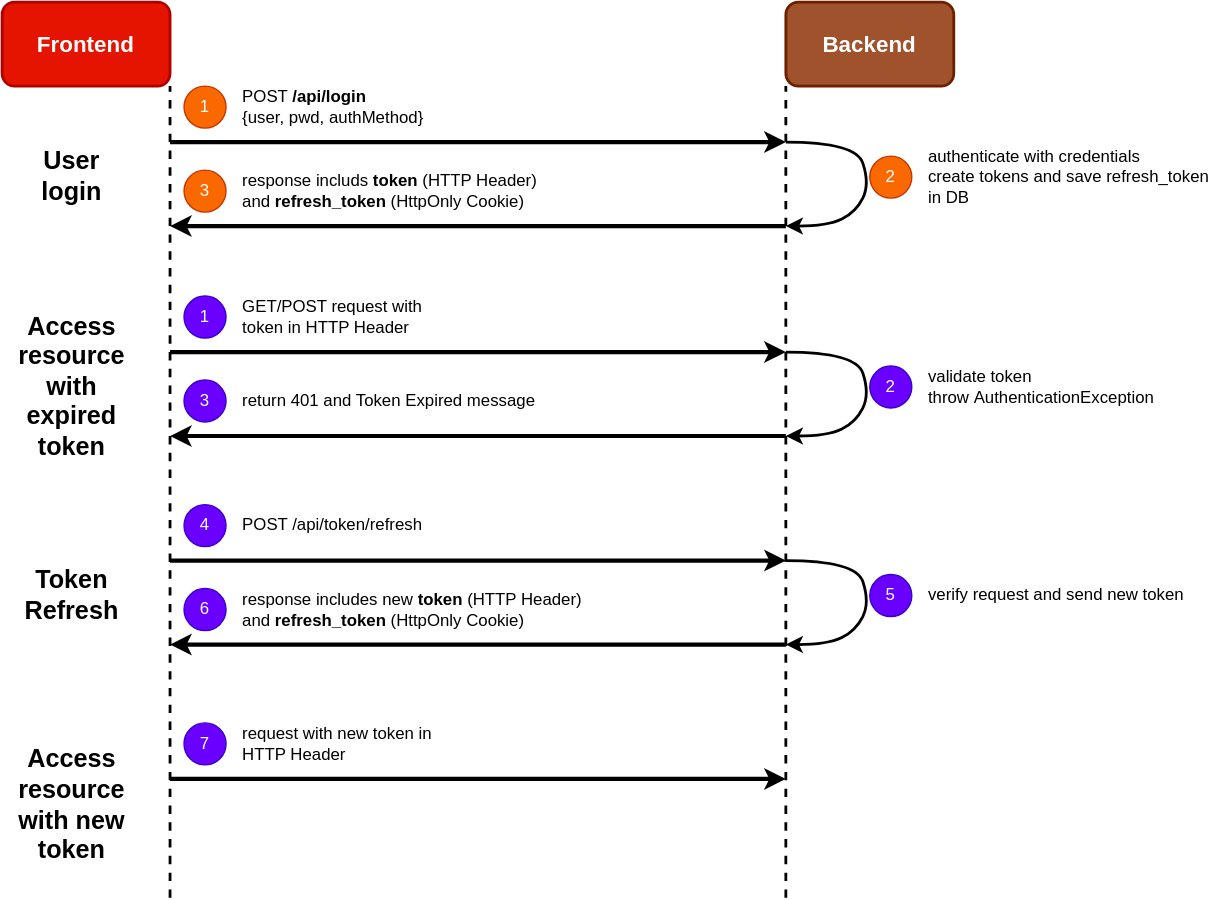
Before: JWT.drawio.svg, a diagram exported from draw.io (oasics/JWT). Source tidied: cells renumbered, new cells last; positions are measured from the earlier drawing's top-left corner, leaving out a move shared by most shapes.
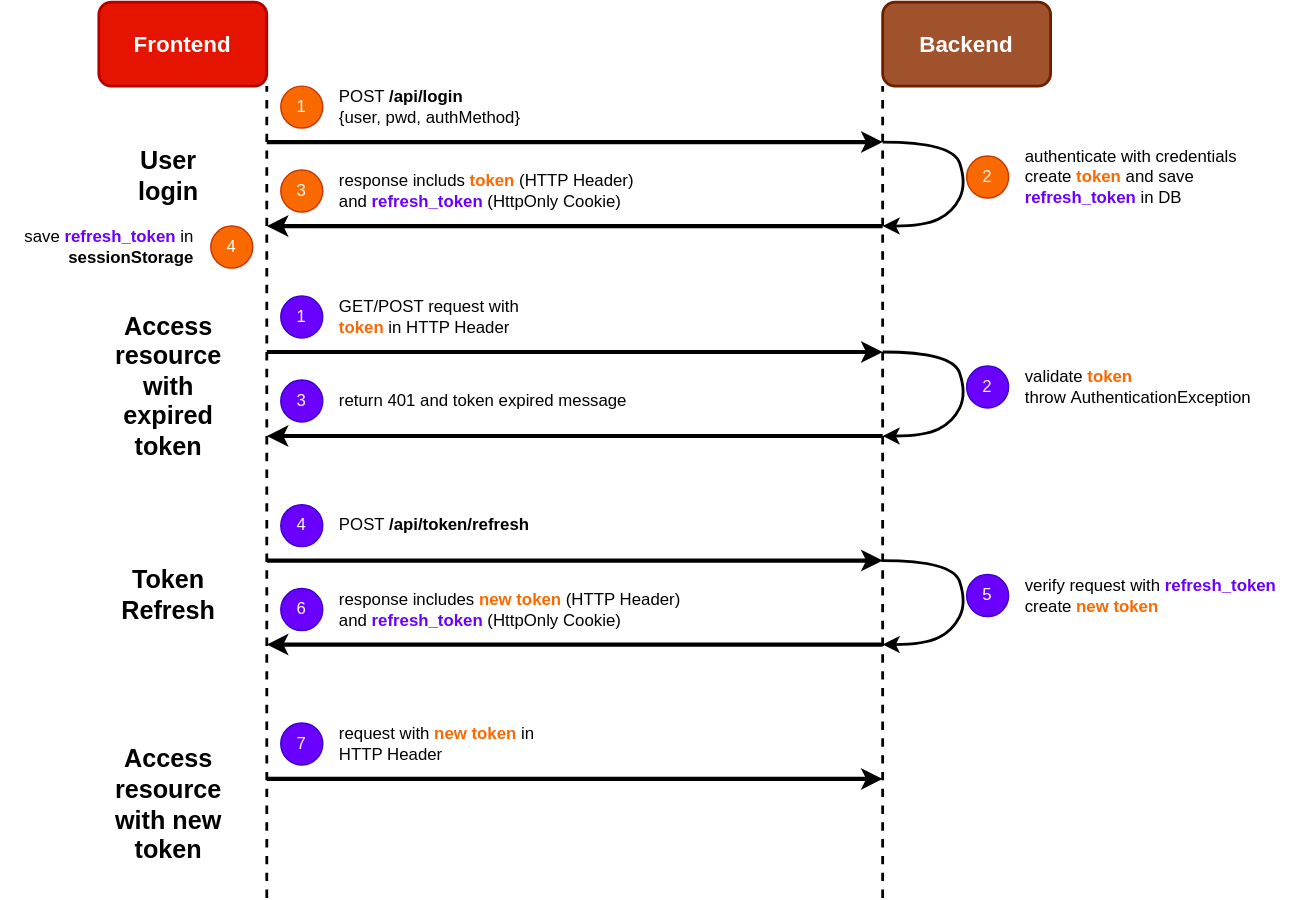
After the commit.

Diff of the diagram source:
```diff
@@ -40,7 +40,7 @@
     <mxCell id="10" value="&lt;font color=&quot;#ffffff&quot;&gt;3&lt;/font&gt;" style="ellipse;whiteSpace=wrap;html=1;fillColor=#fa6800;fontColor=#000000;strokeColor=#C73500;" parent="1" vertex="1">
       <mxGeometry x="130" y="120" width="30" height="30" as="geometry" />
     </mxCell>
-    <mxCell id="11" value="response includs&amp;nbsp;&lt;b&gt;token&lt;/b&gt; (HTTP Header) and &lt;b&gt;refresh_token&lt;/b&gt; (HttpOnly Cookie)" style="text;html=1;align=left;verticalAlign=middle;whiteSpace=wrap;rounded=0;" parent="1" vertex="1">
+    <mxCell id="11" value="response includs&amp;nbsp;&lt;b&gt;&lt;font color=&quot;#fa6800&quot;&gt;token&lt;/font&gt;&lt;/b&gt; (HTTP Header) and &lt;b&gt;&lt;font color=&quot;#6a00ff&quot;&gt;refresh_token&lt;/font&gt;&lt;/b&gt; (HttpOnly Cookie)" style="text;html=1;align=left;verticalAlign=middle;whiteSpace=wrap;rounded=0;" parent="1" vertex="1">
       <mxGeometry x="170" y="110" width="220" height="50" as="geometry" />
     </mxCell>
     <mxCell id="12" style="curved=1;endArrow=none;html=1;rounded=0;strokeWidth=2;endFill=0;startArrow=classic;startFill=1;" parent="1" edge="1">
@@ -58,8 +58,8 @@
     <mxCell id="13" value="&lt;font color=&quot;#ffffff&quot;&gt;2&lt;/font&gt;" style="ellipse;whiteSpace=wrap;html=1;fillColor=#fa6800;fontColor=#000000;strokeColor=#C73500;" parent="1" vertex="1">
       <mxGeometry x="620" y="110" width="30" height="30" as="geometry" />
     </mxCell>
-    <mxCell id="14" value="authenticate with credentials&lt;div&gt;create tokens and save refresh_token in DB&lt;/div&gt;" style="text;html=1;align=left;verticalAlign=middle;whiteSpace=wrap;rounded=0;" parent="1" vertex="1">
-      <mxGeometry x="660" y="100" width="210" height="50" as="geometry" />
+    <mxCell id="14" value="authenticate with credentials&lt;div&gt;create &lt;font color=&quot;#fa6800&quot;&gt;&lt;b&gt;token&lt;/b&gt;&lt;/font&gt; and save &lt;b&gt;&lt;font color=&quot;#6a00ff&quot;&gt;refresh_token&lt;/font&gt;&lt;/b&gt; in DB&lt;/div&gt;" style="text;html=1;align=left;verticalAlign=middle;whiteSpace=wrap;rounded=0;" parent="1" vertex="1">
+      <mxGeometry x="660" y="100" width="200" height="50" as="geometry" />
     </mxCell>
     <mxCell id="15" value="&lt;font style=&quot;font-size: 18px;&quot;&gt;&lt;b&gt;User login&lt;/b&gt;&lt;/font&gt;" style="text;html=1;align=center;verticalAlign=middle;whiteSpace=wrap;rounded=0;" parent="1" vertex="1">
       <mxGeometry x="20" y="110" width="60" height="30" as="geometry" />
@@ -76,7 +76,7 @@
     <mxCell id="18" value="&lt;font color=&quot;#ffffff&quot;&gt;1&lt;/font&gt;" style="ellipse;whiteSpace=wrap;html=1;fillColor=#6a00ff;strokeColor=#3700CC;fontColor=#ffffff;" parent="1" vertex="1">
       <mxGeometry x="130" y="210" width="30" height="30" as="geometry" />
     </mxCell>
-    <mxCell id="19" value="GET/POST request with token in HTTP Header" style="text;html=1;align=left;verticalAlign=middle;whiteSpace=wrap;rounded=0;" parent="1" vertex="1">
+    <mxCell id="19" value="GET/POST request with &lt;font color=&quot;#fa6800&quot;&gt;&lt;b&gt;token&lt;/b&gt;&lt;/font&gt; in HTTP Header" style="text;html=1;align=left;verticalAlign=middle;whiteSpace=wrap;rounded=0;" parent="1" vertex="1">
       <mxGeometry x="170" y="200" width="150" height="50" as="geometry" />
     </mxCell>
     <mxCell id="20" style="curved=1;endArrow=none;html=1;rounded=0;strokeWidth=2;endFill=0;startArrow=classic;startFill=1;" parent="1" edge="1">
@@ -100,13 +100,13 @@
     <mxCell id="22" value="&lt;font color=&quot;#ffffff&quot;&gt;3&lt;/font&gt;" style="ellipse;whiteSpace=wrap;html=1;fillColor=#6a00ff;fontColor=#ffffff;strokeColor=#3700CC;" parent="1" vertex="1">
       <mxGeometry x="130" y="270" width="30" height="30" as="geometry" />
     </mxCell>
-    <mxCell id="23" value="return 401 and Token Expired message" style="text;html=1;align=left;verticalAlign=middle;whiteSpace=wrap;rounded=0;" parent="1" vertex="1">
+    <mxCell id="23" value="return 401 and token expired message" style="text;html=1;align=left;verticalAlign=middle;whiteSpace=wrap;rounded=0;" parent="1" vertex="1">
       <mxGeometry x="170" y="260" width="220" height="50" as="geometry" />
     </mxCell>
     <mxCell id="24" value="&lt;font color=&quot;#ffffff&quot;&gt;2&lt;/font&gt;" style="ellipse;whiteSpace=wrap;html=1;fillColor=#6a00ff;fontColor=#ffffff;strokeColor=#3700CC;" parent="1" vertex="1">
       <mxGeometry x="620" y="260" width="30" height="30" as="geometry" />
     </mxCell>
-    <mxCell id="25" value="validate token&lt;div&gt;throw&amp;nbsp;AuthenticationException&lt;/div&gt;" style="text;html=1;align=left;verticalAlign=middle;whiteSpace=wrap;rounded=0;" parent="1" vertex="1">
+    <mxCell id="25" value="validate &lt;b&gt;&lt;font color=&quot;#fa6800&quot;&gt;token&lt;/font&gt;&lt;/b&gt;&lt;div&gt;throw&amp;nbsp;AuthenticationException&lt;/div&gt;" style="text;html=1;align=left;verticalAlign=middle;whiteSpace=wrap;rounded=0;" parent="1" vertex="1">
       <mxGeometry x="660" y="250" width="210" height="50" as="geometry" />
     </mxCell>
     <mxCell id="26" value="&lt;font style=&quot;font-size: 18px;&quot;&gt;&lt;b&gt;Token Refresh&lt;/b&gt;&lt;/font&gt;" style="text;html=1;align=center;verticalAlign=middle;whiteSpace=wrap;rounded=0;" parent="1" vertex="1">
@@ -121,7 +121,7 @@
     <mxCell id="28" value="&lt;font color=&quot;#ffffff&quot;&gt;4&lt;/font&gt;" style="ellipse;whiteSpace=wrap;html=1;fillColor=#6a00ff;strokeColor=#3700CC;fontColor=#ffffff;" parent="1" vertex="1">
       <mxGeometry x="130" y="359" width="30" height="30" as="geometry" />
     </mxCell>
-    <mxCell id="29" value="POST /api/token/refresh" style="text;html=1;align=left;verticalAlign=middle;whiteSpace=wrap;rounded=0;" parent="1" vertex="1">
+    <mxCell id="29" value="POST &lt;b&gt;/api/token/refresh&lt;/b&gt;" style="text;html=1;align=left;verticalAlign=middle;whiteSpace=wrap;rounded=0;" parent="1" vertex="1">
       <mxGeometry x="170" y="349" width="150" height="50" as="geometry" />
     </mxCell>
     <mxCell id="30" style="curved=1;endArrow=none;html=1;rounded=0;strokeWidth=2;endFill=0;startArrow=classic;startFill=1;" parent="1" edge="1">
@@ -139,13 +139,13 @@
     <mxCell id="31" value="&lt;font color=&quot;#ffffff&quot;&gt;6&lt;/font&gt;" style="ellipse;whiteSpace=wrap;html=1;fillColor=#6a00ff;fontColor=#ffffff;strokeColor=#3700CC;" parent="1" vertex="1">
       <mxGeometry x="130" y="419" width="30" height="30" as="geometry" />
     </mxCell>
-    <mxCell id="32" value="response includes new&amp;nbsp;&lt;b&gt;token&lt;/b&gt;&amp;nbsp;(HTTP Header) and&amp;nbsp;&lt;b&gt;refresh_token&lt;/b&gt;&amp;nbsp;(HttpOnly Cookie)" style="text;html=1;align=left;verticalAlign=middle;whiteSpace=wrap;rounded=0;" parent="1" vertex="1">
+    <mxCell id="32" value="response includes &lt;font color=&quot;#fa6800&quot;&gt;&lt;b style=&quot;&quot;&gt;new&lt;/b&gt;&amp;nbsp;&lt;b style=&quot;&quot;&gt;token&lt;/b&gt;&lt;/font&gt;&amp;nbsp;(HTTP Header) and&amp;nbsp;&lt;b&gt;&lt;font color=&quot;#6a00ff&quot;&gt;refresh_token&lt;/font&gt;&lt;/b&gt;&amp;nbsp;(HttpOnly Cookie)" style="text;html=1;align=left;verticalAlign=middle;whiteSpace=wrap;rounded=0;" parent="1" vertex="1">
       <mxGeometry x="170" y="409" width="250" height="50" as="geometry" />
     </mxCell>
     <mxCell id="33" value="&lt;font color=&quot;#ffffff&quot;&gt;5&lt;/font&gt;" style="ellipse;whiteSpace=wrap;html=1;fillColor=#6a00ff;fontColor=#ffffff;strokeColor=#3700CC;" parent="1" vertex="1">
       <mxGeometry x="620" y="409" width="30" height="30" as="geometry" />
     </mxCell>
-    <mxCell id="34" value="verify request and send new token" style="text;html=1;align=left;verticalAlign=middle;whiteSpace=wrap;rounded=0;" parent="1" vertex="1">
+    <mxCell id="34" value="verify request with &lt;font color=&quot;#6a00ff&quot;&gt;&lt;b&gt;refresh_token&lt;/b&gt;&lt;/font&gt; create&amp;nbsp;&lt;b style=&quot;&quot;&gt;&lt;font color=&quot;#fa6800&quot;&gt;new token&lt;/font&gt;&lt;/b&gt;" style="text;html=1;align=left;verticalAlign=middle;whiteSpace=wrap;rounded=0;" parent="1" vertex="1">
       <mxGeometry x="660" y="399" width="210" height="50" as="geometry" />
     </mxCell>
     <mxCell id="35" style="endArrow=classic;html=1;rounded=0;strokeWidth=3;" parent="1" edge="1">
@@ -166,8 +166,14 @@
     <mxCell id="38" value="&lt;font color=&quot;#ffffff&quot;&gt;7&lt;/font&gt;" style="ellipse;whiteSpace=wrap;html=1;fillColor=#6a00ff;strokeColor=#3700CC;fontColor=#ffffff;" parent="1" vertex="1">
       <mxGeometry x="130" y="515" width="30" height="30" as="geometry" />
     </mxCell>
-    <mxCell id="39" value="request with new token in HTTP Header" style="text;html=1;align=left;verticalAlign=middle;whiteSpace=wrap;rounded=0;" parent="1" vertex="1">
+    <mxCell id="39" value="request with &lt;b style=&quot;&quot;&gt;&lt;font color=&quot;#fa6800&quot;&gt;new token&lt;/font&gt;&lt;/b&gt; in HTTP Header" style="text;html=1;align=left;verticalAlign=middle;whiteSpace=wrap;rounded=0;" parent="1" vertex="1">
       <mxGeometry x="170" y="505" width="150" height="50" as="geometry" />
     </mxCell>
+    <mxCell id="40" value="&lt;font color=&quot;#ffffff&quot;&gt;4&lt;/font&gt;" style="ellipse;whiteSpace=wrap;html=1;fillColor=#fa6800;fontColor=#000000;strokeColor=#C73500;" parent="1" vertex="1">
+      <mxGeometry x="80" y="160" width="30" height="30" as="geometry" />
+    </mxCell>
+    <mxCell id="41" value="save &lt;b&gt;&lt;font color=&quot;#6a00ff&quot;&gt;refresh_token&lt;/font&gt;&lt;/b&gt; in &lt;b&gt;sessionStorage&lt;/b&gt;" style="text;html=1;align=right;verticalAlign=middle;whiteSpace=wrap;rounded=0;" parent="1" vertex="1">
+      <mxGeometry x="-70" y="150" width="140" height="50" as="geometry" />
+    </mxCell>
   </root>
 </mxGraphModel>
```
